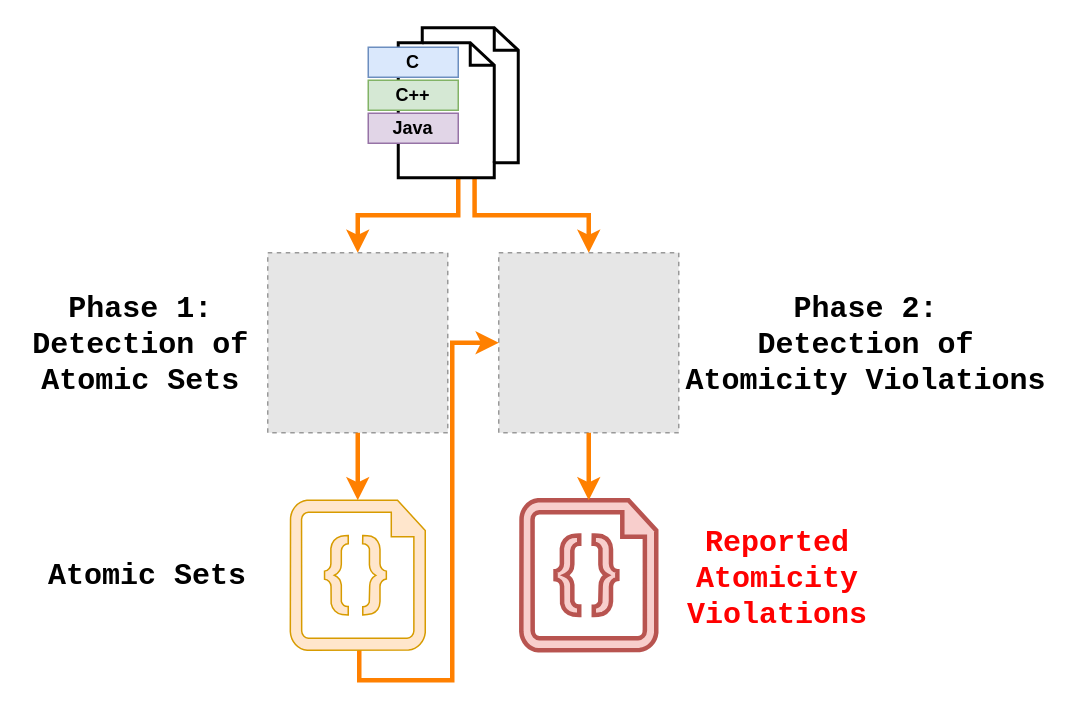
The draw.io diagram img/analyser-proposal-sets.drawio in harmim/vut-dip, before the edit. Source tidied: cells renumbered, new cells numbered last; positions are measured from the earlier drawing's top-left corner, leaving out a move shared by most shapes. Both pictures are drawn from the tidied source at 150%, with x=0, y=0 at pixel (26, 27). Pictures stored in the file or linked from it are replaced by grey dashed boxes.
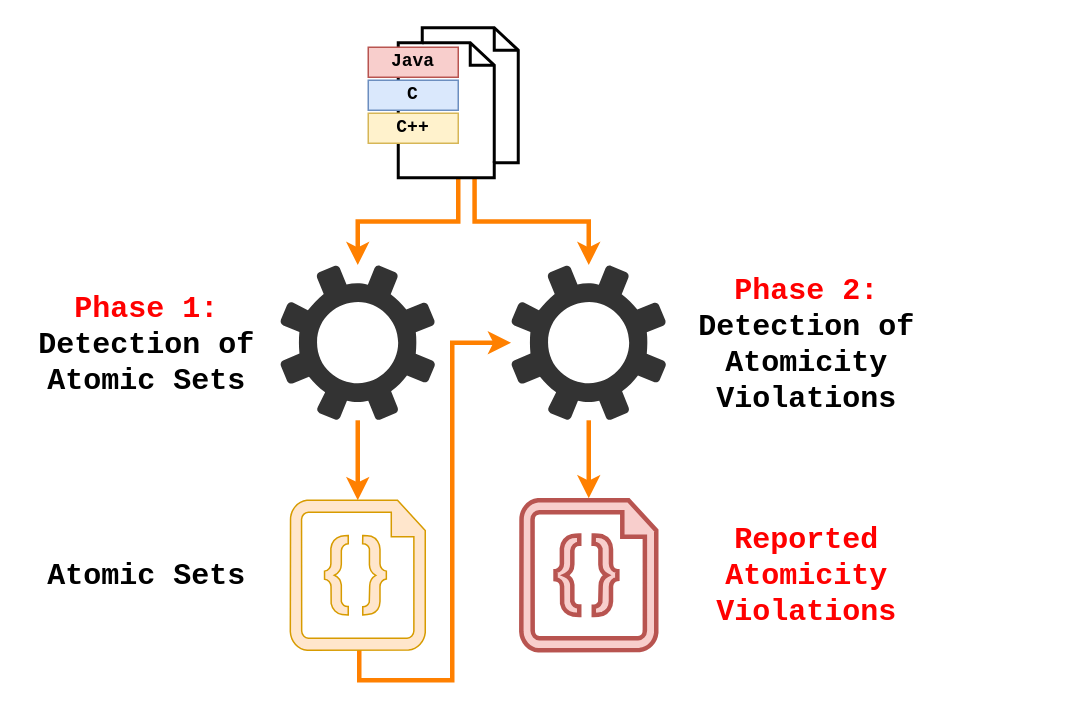
The same diagram, later.

Unchanged cells that the change refers to:
```xml
<mxCell id="10" style="html=1;verticalLabelPosition=bottom;align=center;labelBackgroundColor=#ffffff;verticalAlign=top;strokeWidth=2;shadow=0;dashed=0;shape=mxgraph.ios7.icons.documents;" parent="1" vertex="1">
  <mxGeometry x="248" width="80" height="100" as="geometry" />
</mxCell>
<mxCell id="13" style="verticalLabelPosition=bottom;html=1;verticalAlign=top;align=center;shape=mxgraph.azure.code_file;strokeWidth=3;fillColor=#f8cecc;strokeColor=#b85450;fontStyle=0;" parent="1" vertex="1">
  <mxGeometry x="330" y="315" width="90" height="100" as="geometry" />
</mxCell>
<mxCell id="17" style="verticalLabelPosition=bottom;html=1;verticalAlign=top;align=center;shape=mxgraph.azure.code_file;strokeWidth=1;fillColor=#ffe6cc;strokeColor=#d79b00;" parent="1" vertex="1">
  <mxGeometry x="176" y="315" width="90" height="100" as="geometry" />
</mxCell>
```

The edit, as a diff of the source:
```diff
@@
-    <mxCell id="2" style="edgeStyle=orthogonalEdgeStyle;rounded=0;jettySize=auto;html=1;fillColor=#fff2cc;strokeColor=#FF8000;strokeWidth=3;entryX=0.5;entryY=0;entryDx=0;entryDy=0;" parent="1" edge="1" source="10" target="3">
+    <mxCell id="2" style="edgeStyle=orthogonalEdgeStyle;rounded=0;jettySize=auto;html=1;fillColor=#fff2cc;strokeColor=#FF8000;strokeWidth=3;" parent="1" edge="1" source="10" target="19">
       <mxGeometry relative="1" as="geometry" />
     </mxCell>
-    <mxCell id="3" style="fillColor=#E6E6E6;strokeColor=#999999;dashed=1;html=1;verticalAlign=top;verticalLabelPosition=bottom;labelBackgroundColor=#ffffff;fontFamily=Courier New;fontSize=20;" parent="1" vertex="1">
-      <mxGeometry x="161" y="150" width="120" height="120" as="geometry" />
-    </mxCell>
-    <mxCell id="4" style="fillColor=#E6E6E6;strokeColor=#999999;dashed=1;html=1;verticalAlign=top;verticalLabelPosition=bottom;labelBackgroundColor=#ffffff;fontFamily=Courier New;fontSize=20;" parent="1" vertex="1">
-      <mxGeometry x="315" y="150" width="120" height="120" as="geometry" />
-    </mxCell>
-    <mxCell id="5" value="Phase 1:&lt;br&gt;Detection of Atomic Sets" style="text;html=1;strokeColor=none;fillColor=none;align=center;verticalAlign=middle;whiteSpace=wrap;rounded=0;fontSize=20;fontFamily=Courier New;fontStyle=1;" parent="1" vertex="1">
-      <mxGeometry x="-0.5" y="182" width="153" height="57" as="geometry" />
+    <mxCell id="5" value="&lt;font color=&quot;#ff0000&quot;&gt;Phase 1:&lt;/font&gt;&lt;br&gt;Detection of Atomic Sets" style="text;html=1;strokeColor=none;fillColor=none;align=center;verticalAlign=middle;whiteSpace=wrap;rounded=0;fontSize=20;fontFamily=Courier New;fontStyle=1;" parent="1" vertex="1">
+      <mxGeometry x="4" y="182" width="153" height="57" as="geometry" />
     </mxCell>
     <mxCell id="6" value="Atomic Sets" style="text;html=1;strokeColor=none;fillColor=none;align=center;verticalAlign=middle;whiteSpace=wrap;rounded=0;fontSize=20;fontFamily=Courier New;fontStyle=1;" parent="1" vertex="1">
-      <mxGeometry x="8.5" y="355" width="144" height="20" as="geometry" />
+      <mxGeometry x="4" y="355" width="153" height="20" as="geometry" />
     </mxCell>
-    <mxCell id="7" style="edgeStyle=orthogonalEdgeStyle;rounded=0;jettySize=auto;html=1;fillColor=#fff2cc;strokeColor=#FF8000;strokeWidth=3;entryX=0.5;entryY=0;entryDx=0;entryDy=0;entryPerimeter=0;exitX=0.5;exitY=1;exitDx=0;exitDy=0;" parent="1" edge="1" source="3" target="17">
+    <mxCell id="7" style="edgeStyle=orthogonalEdgeStyle;rounded=0;jettySize=auto;html=1;fillColor=#fff2cc;strokeColor=#FF8000;strokeWidth=3;entryX=0.5;entryY=0;entryDx=0;entryDy=0;entryPerimeter=0;" parent="1" edge="1" source="19" target="17">
       <mxGeometry relative="1" as="geometry" />
     </mxCell>
-    <mxCell id="8" value="Phase 2:&lt;br&gt;Detection of Atomicity Violations&lt;br&gt;" style="text;html=1;strokeColor=none;fillColor=none;align=center;verticalAlign=middle;whiteSpace=wrap;rounded=0;fontSize=20;fontFamily=Courier New;fontStyle=1;" parent="1" vertex="1">
-      <mxGeometry x="434" y="182" width="252" height="57" as="geometry" />
+    <mxCell id="8" value="&lt;font color=&quot;#ff0000&quot;&gt;Phase 2:&lt;/font&gt;&lt;br&gt;Detection of Atomicity Violations" style="text;html=1;strokeColor=none;fillColor=none;align=center;verticalAlign=middle;whiteSpace=wrap;rounded=0;fontSize=20;fontFamily=Courier New;fontStyle=1;" parent="1" vertex="1">
+      <mxGeometry x="444" y="182" width="153" height="57" as="geometry" />
     </mxCell>
-    <mxCell id="9" style="edgeStyle=orthogonalEdgeStyle;rounded=0;jettySize=auto;html=1;fillColor=#fff2cc;strokeColor=#FF8000;strokeWidth=3;entryX=0.5;entryY=0;entryDx=0;entryDy=0;exitX=0.636;exitY=0.997;exitDx=0;exitDy=0;exitPerimeter=0;" parent="1" edge="1" source="10" target="4">
+    <mxCell id="9" style="edgeStyle=orthogonalEdgeStyle;rounded=0;jettySize=auto;html=1;fillColor=#fff2cc;strokeColor=#FF8000;strokeWidth=3;exitX=0.636;exitY=0.997;exitDx=0;exitDy=0;exitPerimeter=0;" parent="1" edge="1" source="10" target="20">
       <mxGeometry relative="1" as="geometry" />
     </mxCell>
@@
-    <mxCell id="11" value="C++" style="rounded=0;whiteSpace=wrap;html=1;fillColor=#d5e8d4;strokeColor=#82b366;fontStyle=1;" parent="1" vertex="1">
+    <mxCell id="11" value="C" style="rounded=0;whiteSpace=wrap;html=1;fillColor=#dae8fc;strokeColor=#6c8ebf;fontStyle=1;fontFamily=Courier New;" parent="1" vertex="1">
       <mxGeometry x="228" y="35" width="60" height="20" as="geometry" />
     </mxCell>
-    <mxCell id="12" value="C" style="rounded=0;whiteSpace=wrap;html=1;fillColor=#dae8fc;strokeColor=#6c8ebf;fontStyle=1;" parent="1" vertex="1">
+    <mxCell id="12" value="Java" style="rounded=0;whiteSpace=wrap;html=1;fillColor=#f8cecc;strokeColor=#b85450;fontStyle=1;fontFamily=Courier New;" parent="1" vertex="1">
       <mxGeometry x="228" y="13" width="60" height="20" as="geometry" />
     </mxCell>
@@
-    <mxCell id="14" style="edgeStyle=orthogonalEdgeStyle;rounded=0;jettySize=auto;html=1;fillColor=#fff2cc;strokeColor=#FF8000;strokeWidth=3;entryX=0.5;entryY=0;entryDx=0;entryDy=0;entryPerimeter=0;exitX=0.5;exitY=1;exitDx=0;exitDy=0;" parent="1" edge="1" source="4" target="13">
+    <mxCell id="14" style="edgeStyle=orthogonalEdgeStyle;rounded=0;jettySize=auto;html=1;fillColor=#fff2cc;strokeColor=#FF8000;strokeWidth=3;entryX=0.5;entryY=-0.013;entryDx=0;entryDy=0;entryPerimeter=0;" parent="1" edge="1" source="20" target="13">
       <mxGeometry relative="1" as="geometry" />
     </mxCell>
     <mxCell id="15" value="Reported Atomicity Violations" style="text;html=1;strokeColor=none;fillColor=none;align=center;verticalAlign=middle;whiteSpace=wrap;rounded=0;fontSize=20;fontFamily=Courier New;fontStyle=1;fontColor=#FF0000;" parent="1" vertex="1">
-      <mxGeometry x="431" y="334" width="140" height="65" as="geometry" />
+      <mxGeometry x="444" y="332.5" width="153" height="65" as="geometry" />
     </mxCell>
-    <mxCell id="16" style="edgeStyle=orthogonalEdgeStyle;rounded=0;jettySize=auto;html=1;fillColor=#fff2cc;strokeColor=#FF8000;strokeWidth=3;exitX=0.5;exitY=1;exitDx=0;exitDy=0;exitPerimeter=0;entryX=0;entryY=0.5;entryDx=0;entryDy=0;" parent="1" edge="1" source="17" target="4">
+    <mxCell id="16" style="edgeStyle=orthogonalEdgeStyle;rounded=0;jettySize=auto;html=1;fillColor=#fff2cc;strokeColor=#FF8000;strokeWidth=3;exitX=0.495;exitY=0.939;exitDx=0;exitDy=0;exitPerimeter=0;" parent="1" edge="1" source="17" target="20">
       <mxGeometry relative="1" as="geometry">
         <Array as="points">
-          <mxPoint x="222" y="415" />
+          <mxPoint x="222" y="409" />
           <mxPoint x="222" y="435" />
           <mxPoint x="284" y="435" />
           <mxPoint x="284" y="210" />
         </Array>
       </mxGeometry>
     </mxCell>
@@
-    <mxCell id="18" value="Java" style="rounded=0;whiteSpace=wrap;html=1;fillColor=#e1d5e7;strokeColor=#9673a6;fontStyle=1;" parent="1" vertex="1">
+    <mxCell id="18" value="C++" style="rounded=0;whiteSpace=wrap;html=1;fillColor=#fff2cc;strokeColor=#d6b656;fontStyle=1;fontFamily=Courier New;" parent="1" vertex="1">
       <mxGeometry x="228" y="57" width="60" height="20" as="geometry" />
     </mxCell>
+    <mxCell id="19" style="shadow=0;dashed=0;html=1;strokeColor=none;labelPosition=center;verticalLabelPosition=bottom;verticalAlign=top;outlineConnect=0;align=center;shape=mxgraph.office.concepts.settings;fillColor=#333333;" parent="1" vertex="1">
+      <mxGeometry x="169.2" y="158.2" width="103.5" height="103.5" as="geometry" />
+    </mxCell>
+    <mxCell id="20" style="shadow=0;dashed=0;html=1;strokeColor=none;labelPosition=center;verticalLabelPosition=bottom;verticalAlign=top;outlineConnect=0;align=center;shape=mxgraph.office.concepts.settings;fillColor=#333333;" parent="1" vertex="1">
+      <mxGeometry x="323.2" y="158.2" width="103.5" height="103.5" as="geometry" />
+    </mxCell>
```
